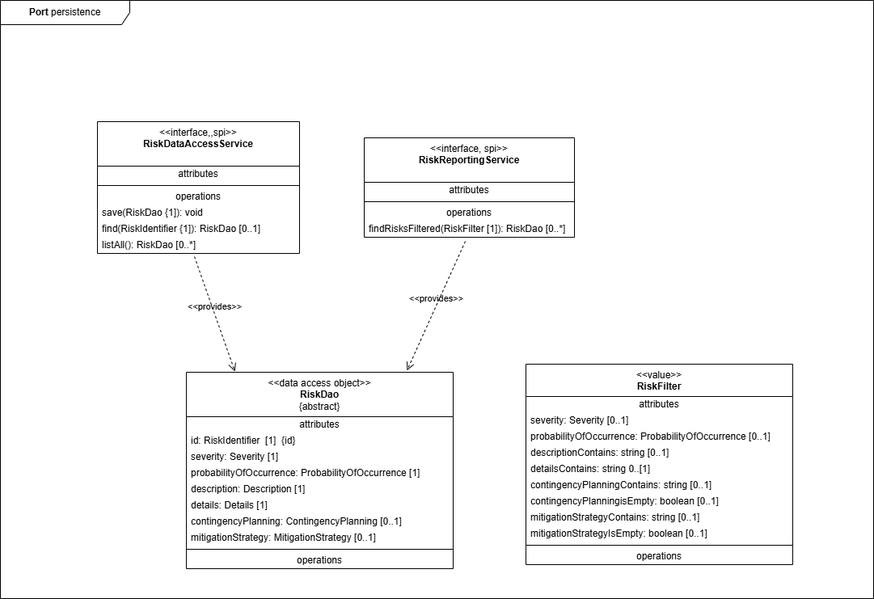
Earlier version of the draw.io export documentation/arc-documentation/images/05_building_block_view/coresystem/port-core-out-persistence.drawio.png (stueberm1/riskmanager). Source tidied: cells renumbered, new cells last; positions are measured from the earlier drawing's top-left corner, leaving out a move shared by most shapes.
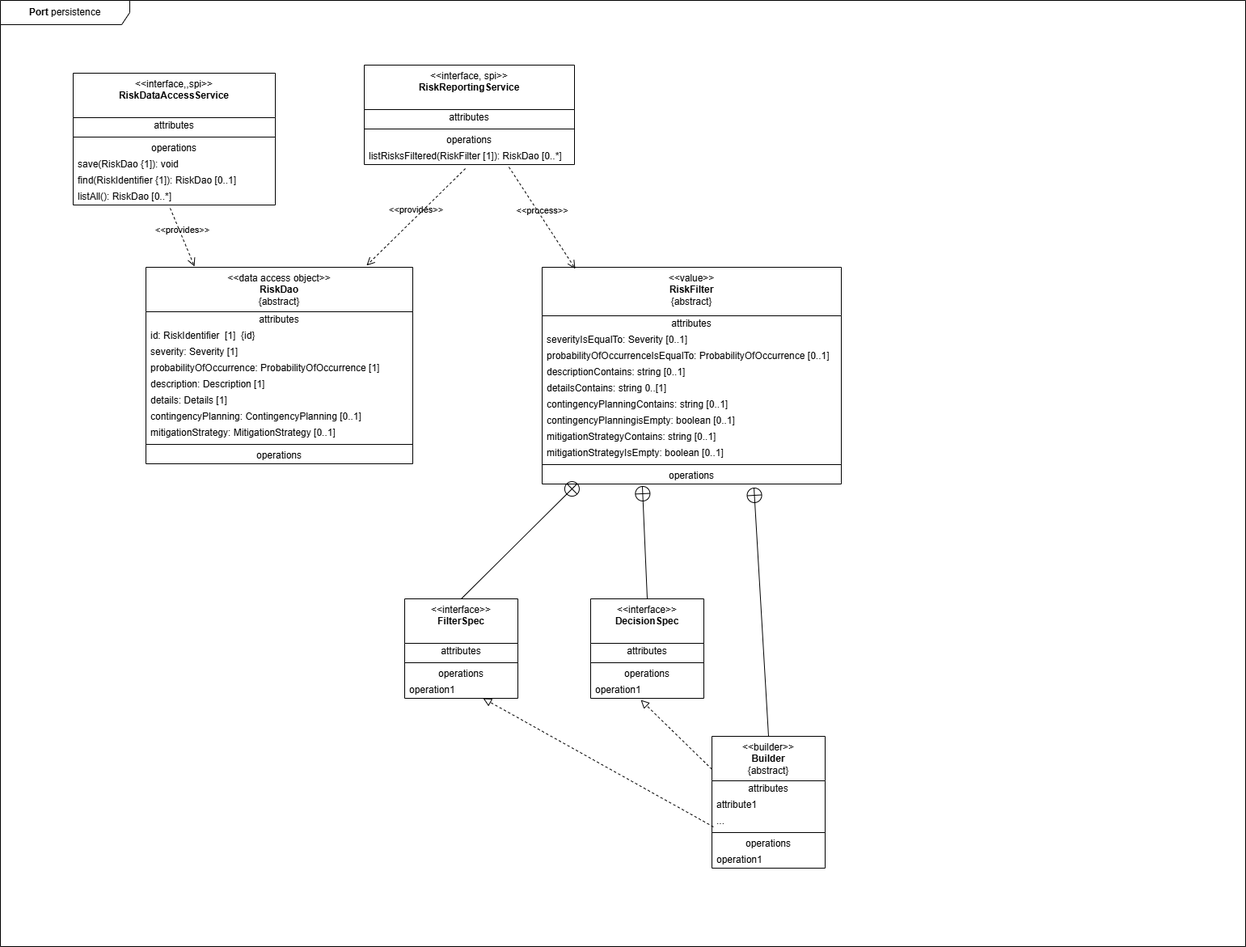
After the change.

Diff of the diagram source:
```diff
@@ -3,10 +3,10 @@
     <mxCell id="0" />
     <mxCell id="1" parent="0" />
     <mxCell id="2" value="&lt;b&gt;Port&lt;/b&gt;&amp;nbsp;persistence" style="shape=umlFrame;whiteSpace=wrap;html=1;width=160;" parent="1" vertex="1">
-      <mxGeometry width="1080" height="740" as="geometry" />
+      <mxGeometry width="1540" height="1170" as="geometry" />
     </mxCell>
     <mxCell id="3" value="&amp;lt;&amp;lt;interface,,spi&amp;gt;&amp;gt;&lt;br&gt;&lt;b&gt;RiskDataAccessService&lt;/b&gt;&lt;br&gt;" style="swimlane;fontStyle=0;align=center;verticalAlign=top;horizontal=1;startSize=55;html=1;whiteSpace=wrap;" parent="2" vertex="1">
-      <mxGeometry x="120" y="150" width="250" height="163" as="geometry" />
+      <mxGeometry x="90" y="90" width="250" height="163" as="geometry" />
     </mxCell>
     <mxCell id="4" value="attributes" style="text;html=1;strokeColor=none;fillColor=none;align=center;verticalAlign=middle;spacingLeft=4;spacingRight=4;overflow=hidden;whiteSpace=wrap;" parent="3" vertex="1">
       <mxGeometry y="55" width="250" height="20" as="geometry" />
@@ -27,7 +27,7 @@
       <mxGeometry y="143" width="250" height="20" as="geometry" />
     </mxCell>
     <mxCell id="10" value="&amp;lt;&amp;lt;interface, spi&amp;gt;&amp;gt;&lt;br&gt;&lt;b&gt;RiskReportingService&lt;/b&gt;&lt;br&gt;" style="swimlane;fontStyle=0;align=center;verticalAlign=top;horizontal=1;startSize=55;html=1;whiteSpace=wrap;" parent="2" vertex="1">
-      <mxGeometry x="450" y="170" width="260" height="123" as="geometry" />
+      <mxGeometry x="450" y="80" width="260" height="123" as="geometry" />
     </mxCell>
     <mxCell id="11" value="attributes" style="text;html=1;strokeColor=none;fillColor=none;align=center;verticalAlign=middle;spacingLeft=4;spacingRight=4;overflow=hidden;whiteSpace=wrap;" parent="10" vertex="1">
       <mxGeometry y="55" width="260" height="20" as="geometry" />
@@ -38,11 +38,11 @@
     <mxCell id="13" value="operations" style="text;html=1;strokeColor=none;fillColor=none;align=center;verticalAlign=middle;spacingLeft=4;spacingRight=4;overflow=hidden;whiteSpace=wrap;" parent="10" vertex="1">
       <mxGeometry y="83" width="260" height="20" as="geometry" />
     </mxCell>
-    <mxCell id="14" value="findRisksFiltered(RiskFilter [1]): RiskDao [0..*]" style="text;html=1;strokeColor=none;fillColor=none;align=left;verticalAlign=middle;spacingLeft=4;spacingRight=4;overflow=hidden;points=[[0,0.5],[1,0.5]];portConstraint=eastwest;whiteSpace=wrap;" parent="10" vertex="1">
+    <mxCell id="14" value="listRisksFiltered(RiskFilter [1]): RiskDao [0..*]" style="text;html=1;strokeColor=none;fillColor=none;align=left;verticalAlign=middle;spacingLeft=4;spacingRight=4;overflow=hidden;points=[[0,0.5],[1,0.5]];portConstraint=eastwest;whiteSpace=wrap;" parent="10" vertex="1">
       <mxGeometry y="103" width="260" height="20" as="geometry" />
     </mxCell>
     <mxCell id="15" value="&amp;lt;&amp;lt;data access object&amp;gt;&amp;gt;&lt;br&gt;&lt;b&gt;RiskDao&lt;/b&gt;&lt;br&gt;{abstract}" style="swimlane;fontStyle=0;align=center;verticalAlign=top;horizontal=1;startSize=55;html=1;whiteSpace=wrap;" parent="2" vertex="1">
-      <mxGeometry x="230" y="460" width="330" height="243" as="geometry" />
+      <mxGeometry x="180" y="330" width="330" height="243" as="geometry" />
     </mxCell>
     <mxCell id="16" value="attributes" style="text;html=1;strokeColor=none;fillColor=none;align=center;verticalAlign=middle;spacingLeft=4;spacingRight=4;overflow=hidden;whiteSpace=wrap;" parent="15" vertex="1">
       <mxGeometry y="55" width="330" height="20" as="geometry" />
@@ -80,41 +80,110 @@
     <mxCell id="27" value="&amp;lt;&amp;lt;provides&amp;gt;&amp;gt;" style="endArrow=open;startArrow=none;endFill=0;startFill=0;endSize=8;html=1;verticalAlign=bottom;dashed=1;labelBackgroundColor=none;rounded=0;exitX=0.481;exitY=1.25;exitDx=0;exitDy=0;exitPerimeter=0;entryX=0.827;entryY=-0.009;entryDx=0;entryDy=0;entryPerimeter=0;" parent="2" edge="1" source="14" target="15">
       <mxGeometry relative="1" as="geometry" />
     </mxCell>
-    <mxCell id="28" value="&amp;lt;&amp;lt;value&amp;gt;&amp;gt;&lt;br&gt;&lt;b&gt;RiskFilter&lt;/b&gt;" style="swimlane;fontStyle=0;align=center;verticalAlign=top;horizontal=1;startSize=40;html=1;whiteSpace=wrap;" parent="2" vertex="1">
-      <mxGeometry x="650" y="450" width="330" height="248" as="geometry" />
+    <mxCell id="28" value="&amp;lt;&amp;lt;value&amp;gt;&amp;gt;&lt;br&gt;&lt;b&gt;RiskFilter&lt;/b&gt;&lt;br&gt;{abstract}" style="swimlane;fontStyle=0;align=center;verticalAlign=top;horizontal=1;startSize=60;html=1;whiteSpace=wrap;" parent="2" vertex="1">
+      <mxGeometry x="670" y="330" width="370" height="268" as="geometry" />
     </mxCell>
     <mxCell id="29" value="attributes" style="text;html=1;strokeColor=none;fillColor=none;align=center;verticalAlign=middle;spacingLeft=4;spacingRight=4;overflow=hidden;whiteSpace=wrap;" parent="28" vertex="1">
-      <mxGeometry y="40" width="330" height="20" as="geometry" />
+      <mxGeometry y="60" width="370" height="20" as="geometry" />
     </mxCell>
-    <mxCell id="30" value="severity: Severity [0..1]" style="text;html=1;strokeColor=none;fillColor=none;align=left;verticalAlign=middle;spacingLeft=4;spacingRight=4;overflow=hidden;whiteSpace=wrap;" parent="28" vertex="1">
-      <mxGeometry y="60" width="330" height="20" as="geometry" />
+    <mxCell id="30" value="severityIsEqualTo: Severity [0..1]" style="text;html=1;strokeColor=none;fillColor=none;align=left;verticalAlign=middle;spacingLeft=4;spacingRight=4;overflow=hidden;whiteSpace=wrap;" parent="28" vertex="1">
+      <mxGeometry y="80" width="370" height="20" as="geometry" />
     </mxCell>
-    <mxCell id="31" value="probabilityOfOccurrence: ProbabilityOfOccurrence [0..1]" style="text;html=1;strokeColor=none;fillColor=none;align=left;verticalAlign=middle;spacingLeft=4;spacingRight=4;overflow=hidden;whiteSpace=wrap;" parent="28" vertex="1">
-      <mxGeometry y="80" width="330" height="20" as="geometry" />
+    <mxCell id="31" value="probabilityOfOccurrenceIsEqualTo: ProbabilityOfOccurrence [0..1]" style="text;html=1;strokeColor=none;fillColor=none;align=left;verticalAlign=middle;spacingLeft=4;spacingRight=4;overflow=hidden;whiteSpace=wrap;" parent="28" vertex="1">
+      <mxGeometry y="100" width="370" height="20" as="geometry" />
     </mxCell>
     <mxCell id="32" value="descriptionContains: string [0..1]" style="text;html=1;strokeColor=none;fillColor=none;align=left;verticalAlign=middle;spacingLeft=4;spacingRight=4;overflow=hidden;whiteSpace=wrap;" parent="28" vertex="1">
-      <mxGeometry y="100" width="330" height="20" as="geometry" />
+      <mxGeometry y="120" width="370" height="20" as="geometry" />
     </mxCell>
     <mxCell id="33" value="detailsContains: string 0..[1]" style="text;html=1;strokeColor=none;fillColor=none;align=left;verticalAlign=middle;spacingLeft=4;spacingRight=4;overflow=hidden;whiteSpace=wrap;" parent="28" vertex="1">
-      <mxGeometry y="120" width="330" height="20" as="geometry" />
+      <mxGeometry y="140" width="370" height="20" as="geometry" />
     </mxCell>
     <mxCell id="34" value="contingencyPlanningContains: string [0..1]" style="text;html=1;strokeColor=none;fillColor=none;align=left;verticalAlign=middle;spacingLeft=4;spacingRight=4;overflow=hidden;whiteSpace=wrap;" parent="28" vertex="1">
-      <mxGeometry y="140" width="330" height="20" as="geometry" />
+      <mxGeometry y="160" width="370" height="20" as="geometry" />
     </mxCell>
     <mxCell id="35" value="contingencyPlanningisEmpty: boolean [0..1]" style="text;html=1;strokeColor=none;fillColor=none;align=left;verticalAlign=middle;spacingLeft=4;spacingRight=4;overflow=hidden;whiteSpace=wrap;" parent="28" vertex="1">
-      <mxGeometry y="160" width="330" height="20" as="geometry" />
+      <mxGeometry y="180" width="370" height="20" as="geometry" />
     </mxCell>
     <mxCell id="36" value="mitigationStrategyContains: string [0..1]" style="text;html=1;strokeColor=none;fillColor=none;align=left;verticalAlign=middle;spacingLeft=4;spacingRight=4;overflow=hidden;whiteSpace=wrap;" parent="28" vertex="1">
-      <mxGeometry y="180" width="330" height="20" as="geometry" />
+      <mxGeometry y="200" width="370" height="20" as="geometry" />
     </mxCell>
     <mxCell id="37" value="mitigationStrategyIsEmpty: boolean [0..1]" style="text;html=1;strokeColor=none;fillColor=none;align=left;verticalAlign=middle;spacingLeft=4;spacingRight=4;overflow=hidden;whiteSpace=wrap;" parent="28" vertex="1">
-      <mxGeometry y="200" width="330" height="20" as="geometry" />
+      <mxGeometry y="220" width="370" height="20" as="geometry" />
     </mxCell>
     <mxCell id="38" style="line;strokeWidth=1;fillColor=none;align=left;verticalAlign=middle;spacingTop=-1;spacingLeft=3;spacingRight=3;labelPosition=right;" parent="28" vertex="1">
-      <mxGeometry y="220" width="330" height="8" as="geometry" />
+      <mxGeometry y="240" width="370" height="8" as="geometry" />
     </mxCell>
     <mxCell id="39" value="operations" style="text;html=1;strokeColor=none;fillColor=none;align=center;verticalAlign=middle;spacingLeft=4;spacingRight=4;overflow=hidden;points=[[0,0.5],[1,0.5]];portConstraint=eastwest;whiteSpace=wrap;" parent="28" vertex="1">
-      <mxGeometry y="228" width="330" height="20" as="geometry" />
+      <mxGeometry y="248" width="370" height="20" as="geometry" />
     </mxCell>
+    <mxCell id="40" value="&amp;lt;&amp;lt;process&amp;gt;&amp;gt;" style="endArrow=open;startArrow=none;endFill=0;startFill=0;endSize=8;html=1;verticalAlign=bottom;dashed=1;labelBackgroundColor=none;rounded=0;exitX=0.688;exitY=1.15;exitDx=0;exitDy=0;exitPerimeter=0;entryX=0.111;entryY=0.007;entryDx=0;entryDy=0;entryPerimeter=0;" parent="2" edge="1" source="14" target="28">
+      <mxGeometry relative="1" as="geometry" />
+    </mxCell>
+    <mxCell id="41" value="&amp;lt;&amp;lt;interface&amp;gt;&amp;gt;&lt;br&gt;&lt;b&gt;FilterSpec&lt;/b&gt;" style="swimlane;fontStyle=0;align=center;verticalAlign=top;horizontal=1;startSize=55;html=1;whiteSpace=wrap;" parent="2" vertex="1">
+      <mxGeometry x="500" y="740" width="140" height="123" as="geometry" />
+    </mxCell>
+    <mxCell id="42" value="attributes" style="text;html=1;strokeColor=none;fillColor=none;align=center;verticalAlign=middle;spacingLeft=4;spacingRight=4;overflow=hidden;whiteSpace=wrap;" parent="41" vertex="1">
+      <mxGeometry y="55" width="140" height="20" as="geometry" />
+    </mxCell>
+    <mxCell id="43" style="line;strokeWidth=1;fillColor=none;align=left;verticalAlign=middle;spacingTop=-1;spacingLeft=3;spacingRight=3;labelPosition=right;" parent="41" vertex="1">
+      <mxGeometry y="75" width="140" height="8" as="geometry" />
+    </mxCell>
+    <mxCell id="44" value="operations" style="text;html=1;strokeColor=none;fillColor=none;align=center;verticalAlign=middle;spacingLeft=4;spacingRight=4;overflow=hidden;whiteSpace=wrap;" parent="41" vertex="1">
+      <mxGeometry y="83" width="140" height="20" as="geometry" />
+    </mxCell>
+    <mxCell id="45" value="operation1" style="text;html=1;strokeColor=none;fillColor=none;align=left;verticalAlign=middle;spacingLeft=4;spacingRight=4;overflow=hidden;points=[[0,0.5],[1,0.5]];portConstraint=eastwest;whiteSpace=wrap;" parent="41" vertex="1">
+      <mxGeometry y="103" width="140" height="20" as="geometry" />
+    </mxCell>
+    <mxCell id="46" style="endArrow=circlePlus;startArrow=none;endFill=0;startFill=0;endSize=8;html=1;labelBackgroundColor=none;rounded=0;entryX=0.119;entryY=0.95;entryDx=0;entryDy=0;entryPerimeter=0;exitX=0.5;exitY=0;exitDx=0;exitDy=0;" parent="2" edge="1" source="41" target="39">
+      <mxGeometry relative="1" as="geometry" />
+    </mxCell>
+    <mxCell id="47" value="&amp;lt;&amp;lt;interface&amp;gt;&amp;gt;&lt;br&gt;&lt;b&gt;DecisionSpec&lt;/b&gt;" style="swimlane;fontStyle=0;align=center;verticalAlign=top;horizontal=1;startSize=55;html=1;whiteSpace=wrap;" parent="2" vertex="1">
+      <mxGeometry x="730" y="740" width="140" height="123" as="geometry" />
+    </mxCell>
+    <mxCell id="48" value="attributes" style="text;html=1;strokeColor=none;fillColor=none;align=center;verticalAlign=middle;spacingLeft=4;spacingRight=4;overflow=hidden;whiteSpace=wrap;" parent="47" vertex="1">
+      <mxGeometry y="55" width="140" height="20" as="geometry" />
+    </mxCell>
+    <mxCell id="49" style="line;strokeWidth=1;fillColor=none;align=left;verticalAlign=middle;spacingTop=-1;spacingLeft=3;spacingRight=3;labelPosition=right;" parent="47" vertex="1">
+      <mxGeometry y="75" width="140" height="8" as="geometry" />
+    </mxCell>
+    <mxCell id="50" value="operations" style="text;html=1;strokeColor=none;fillColor=none;align=center;verticalAlign=middle;spacingLeft=4;spacingRight=4;overflow=hidden;whiteSpace=wrap;" parent="47" vertex="1">
+      <mxGeometry y="83" width="140" height="20" as="geometry" />
+    </mxCell>
+    <mxCell id="51" value="operation1" style="text;html=1;strokeColor=none;fillColor=none;align=left;verticalAlign=middle;spacingLeft=4;spacingRight=4;overflow=hidden;points=[[0,0.5],[1,0.5]];portConstraint=eastwest;whiteSpace=wrap;" parent="47" vertex="1">
+      <mxGeometry y="103" width="140" height="20" as="geometry" />
+    </mxCell>
+    <mxCell id="52" style="endArrow=circlePlus;startArrow=none;endFill=0;startFill=0;endSize=8;html=1;labelBackgroundColor=none;rounded=0;entryX=0.335;entryY=1.1;entryDx=0;entryDy=0;entryPerimeter=0;exitX=0.5;exitY=0;exitDx=0;exitDy=0;" parent="2" edge="1" source="47" target="39">
+      <mxGeometry relative="1" as="geometry" />
+    </mxCell>
+    <mxCell id="53" value="&amp;lt;&amp;lt;builder&amp;gt;&amp;gt;&lt;br&gt;&lt;b&gt;Builder&lt;/b&gt;&lt;br&gt;{abstract}" style="swimlane;fontStyle=0;align=center;verticalAlign=top;horizontal=1;startSize=55;html=1;whiteSpace=wrap;" parent="2" vertex="1">
+      <mxGeometry x="880" y="910" width="140" height="163" as="geometry" />
+    </mxCell>
+    <mxCell id="54" value="attributes" style="text;html=1;strokeColor=none;fillColor=none;align=center;verticalAlign=middle;spacingLeft=4;spacingRight=4;overflow=hidden;whiteSpace=wrap;" parent="53" vertex="1">
+      <mxGeometry y="55" width="140" height="20" as="geometry" />
+    </mxCell>
+    <mxCell id="55" value="attribute1" style="text;html=1;strokeColor=none;fillColor=none;align=left;verticalAlign=middle;spacingLeft=4;spacingRight=4;overflow=hidden;whiteSpace=wrap;" parent="53" vertex="1">
+      <mxGeometry y="75" width="140" height="20" as="geometry" />
+    </mxCell>
+    <mxCell id="56" value="..." style="text;html=1;strokeColor=none;fillColor=none;align=left;verticalAlign=middle;spacingLeft=4;spacingRight=4;overflow=hidden;points=[[0,0.5],[1,0.5]];portConstraint=eastwest;whiteSpace=wrap;" parent="53" vertex="1">
+      <mxGeometry y="95" width="140" height="20" as="geometry" />
+    </mxCell>
+    <mxCell id="57" style="line;strokeWidth=1;fillColor=none;align=left;verticalAlign=middle;spacingTop=-1;spacingLeft=3;spacingRight=3;labelPosition=right;" parent="53" vertex="1">
+      <mxGeometry y="115" width="140" height="8" as="geometry" />
+    </mxCell>
+    <mxCell id="58" value="operations" style="text;html=1;strokeColor=none;fillColor=none;align=center;verticalAlign=middle;spacingLeft=4;spacingRight=4;overflow=hidden;whiteSpace=wrap;" parent="53" vertex="1">
+      <mxGeometry y="123" width="140" height="20" as="geometry" />
+    </mxCell>
+    <mxCell id="59" value="operation1" style="text;html=1;strokeColor=none;fillColor=none;align=left;verticalAlign=middle;spacingLeft=4;spacingRight=4;overflow=hidden;whiteSpace=wrap;" parent="53" vertex="1">
+      <mxGeometry y="143" width="140" height="20" as="geometry" />
+    </mxCell>
+    <mxCell id="60" style="endArrow=circlePlus;startArrow=none;endFill=0;startFill=0;endSize=8;html=1;labelBackgroundColor=none;rounded=0;entryX=0.708;entryY=1.2;entryDx=0;entryDy=0;entryPerimeter=0;exitX=0.5;exitY=0;exitDx=0;exitDy=0;" parent="2" edge="1" source="53" target="39">
+      <mxGeometry relative="1" as="geometry" />
+    </mxCell>
+    <mxCell id="61" style="endArrow=block;startArrow=none;endFill=0;startFill=0;endSize=8;html=1;verticalAlign=bottom;dashed=1;labelBackgroundColor=none;rounded=0;entryX=0.443;entryY=1.1;entryDx=0;entryDy=0;entryPerimeter=0;exitX=0;exitY=0.25;exitDx=0;exitDy=0;" parent="2" edge="1" source="53" target="51">
+      <mxGeometry relative="1" as="geometry" />
+    </mxCell>
+    <mxCell id="62" style="endArrow=block;startArrow=none;endFill=0;startFill=0;endSize=8;html=1;verticalAlign=bottom;dashed=1;labelBackgroundColor=none;rounded=0;entryX=0.693;entryY=1;entryDx=0;entryDy=0;entryPerimeter=0;exitX=0.014;exitY=0.85;exitDx=0;exitDy=0;exitPerimeter=0;" parent="2" edge="1" source="56" target="45">
+      <mxGeometry relative="1" as="geometry" />
+    </mxCell>
   </root>
 </mxGraphModel>
```
